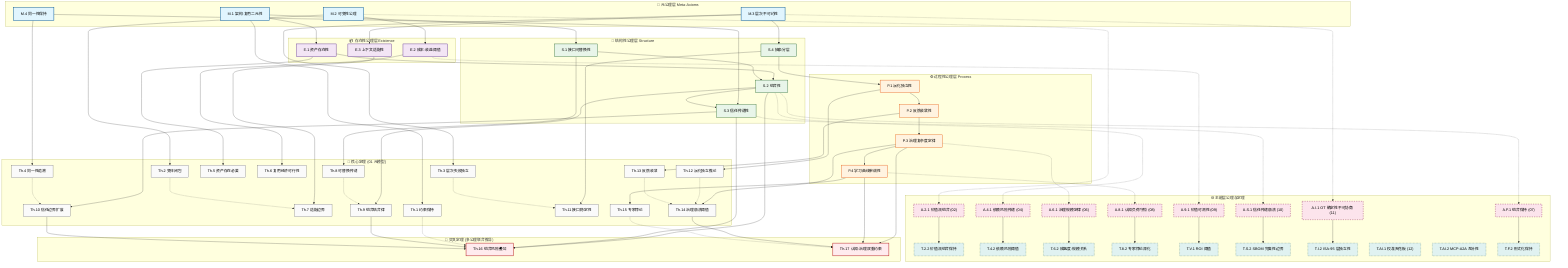
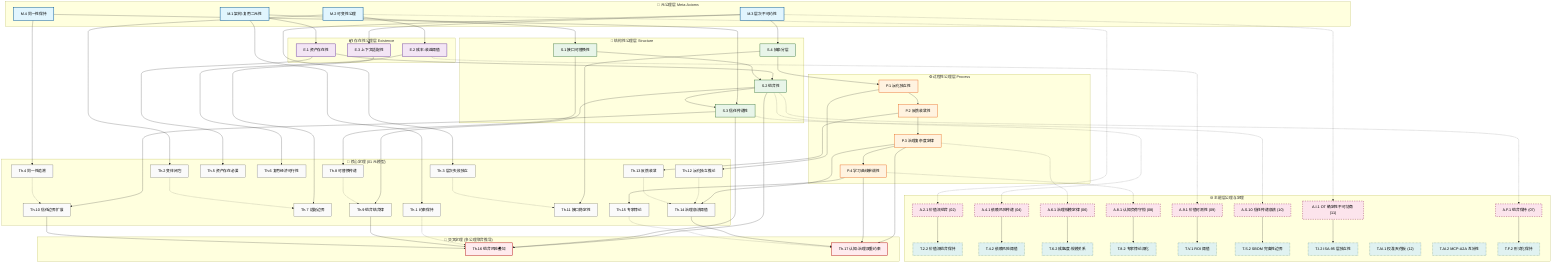
%% 公理-定理推理树完整可视化
%% 版本: 2026-06-06 Phase 3
- %% 说明: 本图整合 15 条公理（4 元公理 + 3 存在性 + 4 结构性 + 4 过程性）与 29 条定理的完整依赖网络
+ %% 说明: 本图整合 28 条公理/启发式（01 主题 10 严格公理 + 5 工程启发式 + 其他主题 13 条）与 38 条定理的完整依赖网络
%% 渲染工具: Mermaid.js 10.x+ (支持 classDef 样式和 subgraph)

graph TB
    %% ====== 样式定义 ======
    classDef meta fill:#e1f5fe,stroke:#01579b,stroke-width:2px,color:#000
    classDef existence fill:#f3e5f5,stroke:#4a148c,stroke-width:1.5px,color:#000
    classDef structure fill:#e8f5e9,stroke:#1b5e20,stroke-width:1.5px,color:#000
    classDef process fill:#fff3e0,stroke:#e65100,stroke-width:1.5px,color:#000
    classDef theorem fill:#fafafa,stroke:#424242,stroke-width:1px,color:#000
    classDef crossTheorem fill:#ffebee,stroke:#b71c1c,stroke-width:2px,color:#000
    classDef topicAxiom fill:#fce4ec,stroke:#880e4f,stroke-width:1.5px,stroke-dasharray: 5 5,color:#000
    classDef topicTheorem fill:#e0f2f1,stroke:#004d40,stroke-width:1px,stroke-dasharray: 3 3,color:#000

    %% ====== 元公理层 ======
    subgraph META["🧭 元公理层 Meta-Axioms"]
        M1["M.1 架构-复用二元性"]
        M2["M.2 可变性公理"]
        M3["M.3 层次不可约性"]
        M4["M.4 同一性保持"]
    end

    %% ====== 存在性公理层 ======
    subgraph EXISTENCE["📦 存在性公理层 Existence"]
        E1["E.1 资产存在性"]
        E2["E.2 成本-收益阈值"]
        E3["E.3 上下文适配性"]
    end

    %% ====== 结构性公理层 ======
    subgraph STRUCTURE["🧱 结构性公理层 Structure"]
        S1["S.1 接口可替换性"]
        S2["S.2 组合性"]
        S3["S.3 信任传递性"]
        S4["S.4 抽象分层"]
    end

    %% ====== 过程性公理层 ======
    subgraph PROCESS["⚙️ 过程性公理层 Process"]
        P1["P.1 演化独立性"]
        P2["P.2 反馈收敛性"]
        P3["P.3 治理复杂度定律"]
        P4["P.4 学习曲线单调性"]
    end

    %% ====== 核心定理层 (01 主题) ======
    subgraph THEOREMS_CORE["📐 核心定理 (01 元模型)"]
        Th1["Th.1 约束保持"]
        Th2["Th.2 变体闭包"]
        Th3["Th.3 层次失败独立"]
        Th4["Th.4 同一性追溯"]
        Th5["Th.5 资产存在必要"]
        Th6["Th.6 复用经济可行性"]
        Th7["Th.7 适配边界"]
        Th8["Th.8 可替换传递"]
        Th9["Th.9 组合结合律"]
        Th10["Th.10 信任边界扩展"]
        Th11["Th.11 接口稳定性"]
        Th12["Th.12 演化独立推论"]
        Th13["Th.13 反馈收敛"]
        Th14["Th.14 治理崩溃阈值"]
        Th15["Th.15 专家悖论"]
    end

    %% ====== 交叉定理层 ======
    subgraph THEOREMS_CROSS["🔀 交叉定理 (多公理联合推导)"]
        Th16["Th.16 组合风险叠加"]
        Th17["Th.17 认知-治理双重约束"]
    end

    %% ====== 主题层公理与定理 ======
    subgraph TOPIC_AXIOMS["🌐 主题层公理与定理"]
        A21["A.2.1 价值流组合 (02)"]
        T22["T.2.2 价值流组合保持"]
        A41["A.4.1 依赖风险传递 (04)"]
        T42["T.4.2 依赖风险阈值"]
        A61["A.6.1 治理规模定律 (06)"]
        T62["T.6.2 成熟度-规模关系"]
        A81["A.8.1 认知负荷守恒 (08)"]
        T82["T.8.2 专家悖论深化"]
        A91["A.9.1 价值可测性 (09)"]
        TV1["T.V.1 ROI 阈值"]
-         AS1["A.S.1 信任传递崩溃 (10)"]
+         AS1["A.S.10 信任传递崩溃 (10)"]
        TS2["T.S.2 SBOM 完备性边界"]
        AI1["A.I.1 OT 确定性不可协商 (11)"]
        TI2["T.I.2 ISA-95 层独立性"]
        TAI1["T.AI.1 校准天花板 (12)"]
        TAI2["T.AI.2 MCP-A2A 互补性"]
        AF1["A.F.1 组合保持 (07)"]
        TF2["T.F.2 形式化保持"]
    end

    %% ====== 公理间依赖 (层次依赖) ======
    M1 --> E1
    M1 --> S1
    M2 --> E2
    M3 --> S4
    M3 --> E3
    M4 --> S3
    E1 --> S2
    S1 --> S2
    S2 --> S3
    S4 --> P1
    P1 --> P2
    P2 --> P3
    P3 --> P4

    %% ====== 公理到核心定理推导 ======
    M1 --> Th1
    M2 --> Th2
    M3 --> Th3
    M4 --> Th4
    E1 --> Th5
    E2 --> Th6
    E3 --> Th7
    S1 --> Th8
    S2 --> Th9
    S3 --> Th10
    S4 --> Th11
    P1 --> Th12
    P2 --> Th13
    P3 --> Th14
    P4 --> Th15

    %% ====== 交叉定理推导 ======
    S2 --> Th16
    S3 --> Th16
    P3 --> Th17
    P4 --> Th17

    %% ====== 定理间影响 ======
    Th1 -.-> Th16
    Th2 -.-> Th7
    Th3 -.-> Th11
    Th4 -.-> Th10
    Th8 -.-> Th9
    Th9 --> Th16
    Th10 --> Th16
    Th12 -.-> Th14
    Th13 -.-> Th14
    Th14 --> Th17
    Th15 -.-> Th17

    %% ====== 主题层推导 ======
    A21 --> T22
    A41 --> T42
    A61 --> T62
    A81 --> T82
    A91 --> TV1
    AS1 --> TS2
    AI1 --> TI2
    AF1 --> TF2

    %% ====== 主题公理与核心公理的关联 ======
    M2 -.-> A21
    S2 -.-> A41
    P3 -.-> A61
    P4 -.-> A81
    E2 -.-> A91
    S3 -.-> AS1
    M3 -.-> AI1
    S2 -.-> AF1

    %% ====== 样式应用 ======
    class M1,M2,M3,M4 meta
    class E1,E2,E3 existence
    class S1,S2,S3,S4 structure
    class P1,P2,P3,P4 process
    class Th1,Th2,Th3,Th4,Th5,Th6,Th7,Th8,Th9,Th10,Th11,Th12,Th13,Th14,Th15 theorem
    class Th16,Th17 crossTheorem
    class A21,A41,A61,A81,A91,AS1,AI1,AF1 topicAxiom
    class T22,T42,T62,T82,TV1,TS2,TI2,TAI1,TAI2,TF2 topicTheorem

    %% ====== 点击事件 (可选，支持交互式渲染器) ======
    click M1 "struct/01-meta-model-standards/06-formal-axioms/axiom-system.md#M1"
    click M2 "struct/01-meta-model-standards/06-formal-axioms/axiom-system.md#M2"
    click M3 "struct/01-meta-model-standards/06-formal-axioms/axiom-system.md#M3"
    click M4 "struct/01-meta-model-standards/06-formal-axioms/axiom-system.md#M4"
    click Th1 "struct/01-meta-model-standards/06-formal-axioms/theorem-derivations.md#Th1"
    click Th16 "struct/01-meta-model-standards/06-formal-axioms/theorem-derivations.md#Th16"
    click Th17 "struct/01-meta-model-standards/06-formal-axioms/theorem-derivations.md#Th17"
